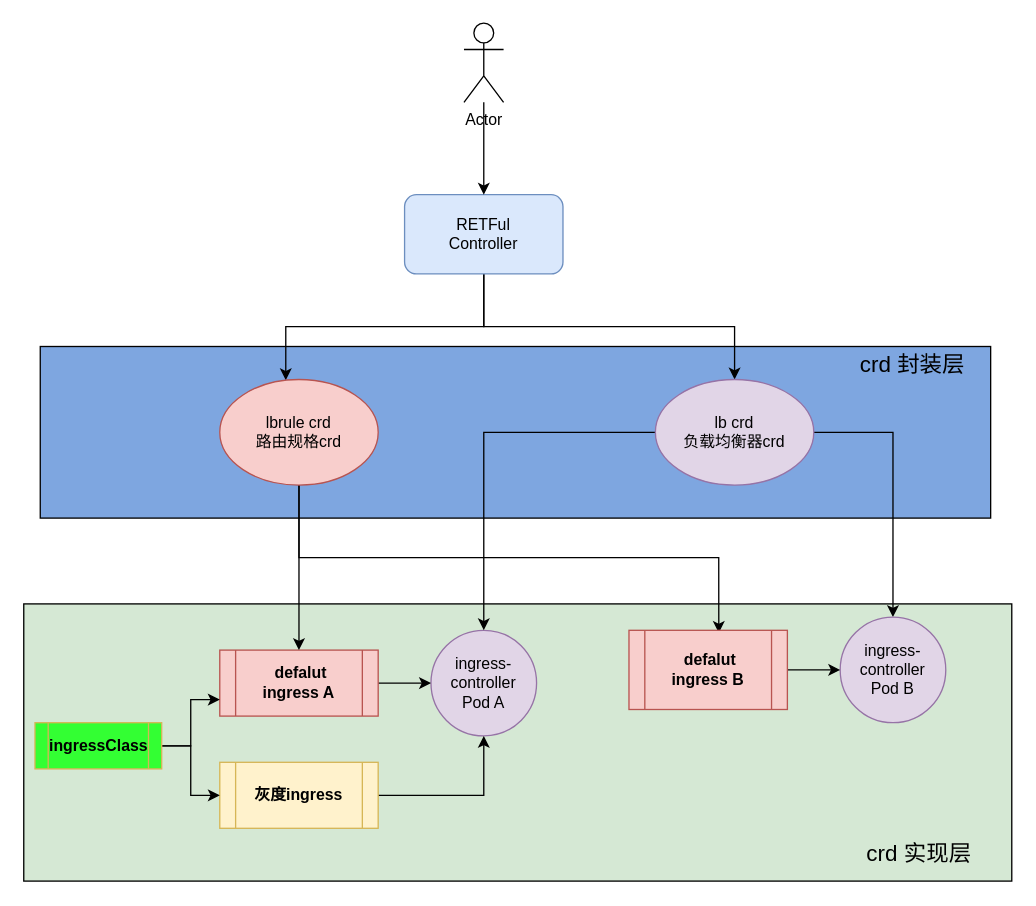
chenguoquan1024/kubespray keeps this draw.io diagram as Untitled Diagram.drawio. Above is the earlier version. Source tidied: cells renumbered, new cells numbered last; positions are measured from the earlier drawing's top-left corner, leaving out a move shared by most shapes. Both pictures are drawn from the tidied source at 132%, with x=0, y=0 at pixel (24, 22).
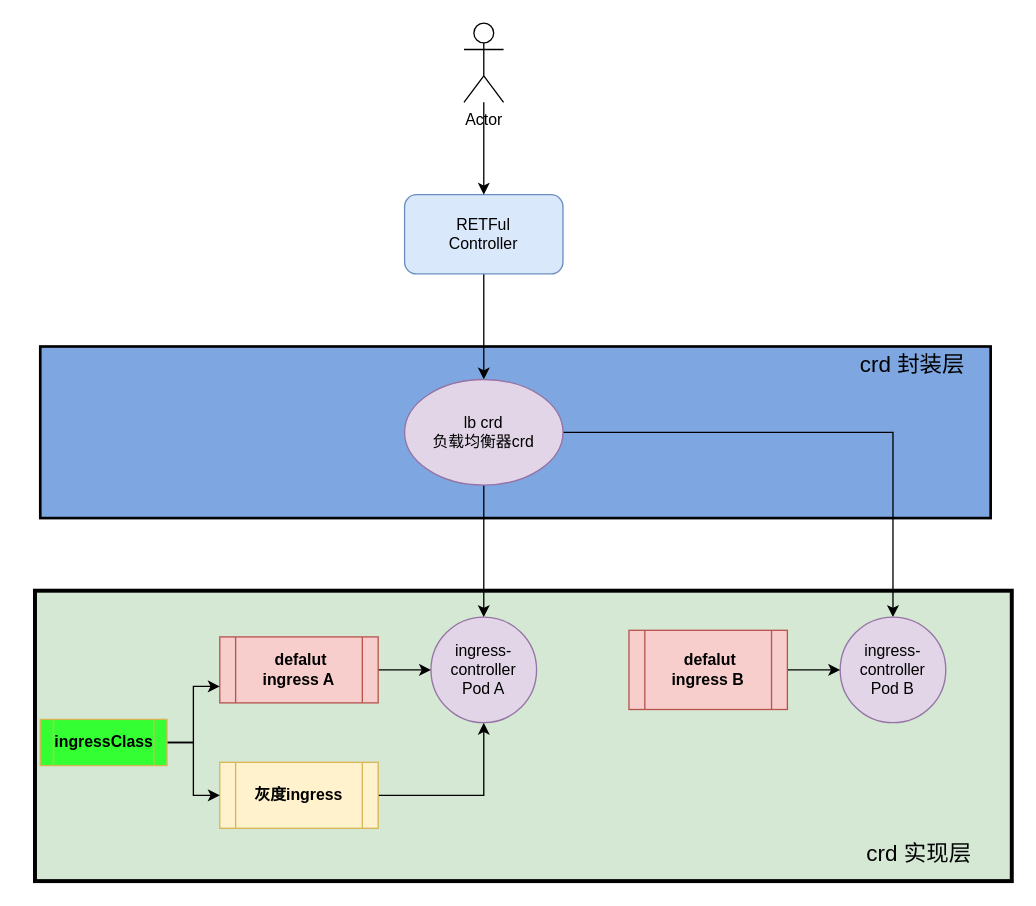
The same page after the edit.

The change refers to these unchanged cells:
```xml
<mxCell id="6" value="RETFul&lt;br&gt;Controller" style="rounded=1;whiteSpace=wrap;html=1;fillColor=#dae8fc;strokeColor=#6c8ebf;" parent="1" vertex="1">
  <mxGeometry x="288" y="130" width="120" height="60" as="geometry" />
</mxCell>
<mxCell id="20" value="ingress-controller&lt;br&gt;Pod B" style="ellipse;whiteSpace=wrap;html=1;fillColor=#e1d5e7;strokeColor=#9673a6;" parent="1" vertex="1">
  <mxGeometry x="618" y="450" width="80" height="80" as="geometry" />
</mxCell>
<mxCell id="22" value="&lt;b&gt;&amp;nbsp;defalut&lt;br&gt;ingress B&lt;/b&gt;" style="shape=process;whiteSpace=wrap;html=1;backgroundOutline=1;fillColor=#f8cecc;strokeColor=#b85450;" parent="1" vertex="1">
  <mxGeometry x="458" y="460" width="120" height="60" as="geometry" />
</mxCell>
```

Diff of the diagram source:
```diff
@@
-    <mxCell id="2" style="rounded=0;whiteSpace=wrap;html=1;fillColor=#D5E8D4;" parent="1" vertex="1">
-      <mxGeometry x="-0.5" y="440" width="748.5" height="210" as="geometry" />
+    <mxCell id="2" style="rounded=0;whiteSpace=wrap;html=1;fillColor=#D5E8D4;strokeWidth=3;" parent="1" vertex="1">
+      <mxGeometry x="8" y="430" width="740" height="220" as="geometry" />
     </mxCell>
-    <mxCell id="3" style="rounded=0;whiteSpace=wrap;html=1;fillColor=#7EA6E0;" parent="1" vertex="1">
+    <mxCell id="3" style="rounded=0;whiteSpace=wrap;html=1;fillColor=#7EA6E0;strokeWidth=2;" parent="1" vertex="1">
       <mxGeometry x="12" y="245" width="720" height="130" as="geometry" />
     </mxCell>
-    <mxCell id="4" style="edgeStyle=orthogonalEdgeStyle;rounded=0;jettySize=auto;html=1;" parent="1" edge="1" source="6" target="14">
-      <mxGeometry relative="1" as="geometry">
-        <Array as="points">
-          <mxPoint x="348" y="230" />
-          <mxPoint x="198" y="230" />
-        </Array>
-      </mxGeometry>
-    </mxCell>
@@
     <mxCell id="7" value="ingress-controller&lt;br&gt;Pod A" style="ellipse;whiteSpace=wrap;html=1;fillColor=#e1d5e7;strokeColor=#9673a6;" parent="1" vertex="1">
-      <mxGeometry x="308" y="460" width="80" height="80" as="geometry" />
+      <mxGeometry x="308" y="450" width="80" height="80" as="geometry" />
     </mxCell>
@@
     <mxCell id="9" value="&lt;b&gt;&amp;nbsp;defalut&lt;br&gt;ingress A&lt;/b&gt;" style="shape=process;whiteSpace=wrap;html=1;backgroundOutline=1;fillColor=#f8cecc;strokeColor=#b85450;" parent="1" vertex="1">
-      <mxGeometry x="148" y="475" width="120" height="50" as="geometry" />
+      <mxGeometry x="148" y="465" width="120" height="50" as="geometry" />
     </mxCell>
@@
-    <mxCell id="12" style="edgeStyle=orthogonalEdgeStyle;rounded=0;jettySize=auto;html=1;exitX=0.5;exitY=1;exitDx=0;exitDy=0;entryX=0.5;entryY=0;entryDx=0;entryDy=0;strokeColor=#000000;" parent="1" edge="1" source="14" target="9">
-      <mxGeometry relative="1" as="geometry" />
-    </mxCell>
-    <mxCell id="13" style="edgeStyle=orthogonalEdgeStyle;rounded=0;jettySize=auto;html=1;exitX=0.5;exitY=1;exitDx=0;exitDy=0;entryX=0.567;entryY=0.033;entryDx=0;entryDy=0;entryPerimeter=0;strokeColor=#000000;" parent="1" edge="1" source="14" target="22">
-      <mxGeometry relative="1" as="geometry" />
-    </mxCell>
-    <mxCell id="14" value="lbrule crd&lt;br&gt;路由规格crd" style="ellipse;whiteSpace=wrap;html=1;fillColor=#f8cecc;strokeColor=#b85450;" parent="1" vertex="1">
-      <mxGeometry x="148" y="270" width="120" height="80" as="geometry" />
-    </mxCell>
+    <mxCell id="16" style="edgeStyle=orthogonalEdgeStyle;rounded=0;jettySize=auto;html=1;exitX=1;exitY=0.5;exitDx=0;exitDy=0;entryX=0.5;entryY=0;entryDx=0;entryDy=0;strokeColor=#000000;" parent="1" edge="1" source="17" target="20">
+      <mxGeometry relative="1" as="geometry" />
+    </mxCell>
-    <mxCell id="15" style="edgeStyle=orthogonalEdgeStyle;rounded=0;jettySize=auto;html=1;exitX=0;exitY=0.5;exitDx=0;exitDy=0;strokeColor=#000000;" parent="1" edge="1" source="17" target="7">
+    <mxCell id="15" style="edgeStyle=orthogonalEdgeStyle;rounded=0;jettySize=auto;html=1;exitX=0.5;exitY=1;exitDx=0;exitDy=0;" parent="1" edge="1" source="17" target="7">
       <mxGeometry relative="1" as="geometry" />
     </mxCell>
-    <mxCell id="16" style="edgeStyle=orthogonalEdgeStyle;rounded=0;jettySize=auto;html=1;exitX=1;exitY=0.5;exitDx=0;exitDy=0;entryX=0.5;entryY=0;entryDx=0;entryDy=0;strokeColor=#000000;" parent="1" edge="1" source="17" target="20">
-      <mxGeometry relative="1" as="geometry" />
-    </mxCell>
     <mxCell id="17" value="lb crd&lt;br&gt;负载均衡器crd" style="ellipse;whiteSpace=wrap;html=1;fillColor=#e1d5e7;strokeColor=#9673a6;" parent="1" vertex="1">
-      <mxGeometry x="478" y="270" width="120" height="80" as="geometry" />
+      <mxGeometry x="288" y="270" width="120" height="80" as="geometry" />
     </mxCell>
@@
     <mxCell id="27" value="&lt;b&gt;ingressClass&lt;/b&gt;" style="shape=process;whiteSpace=wrap;html=1;backgroundOutline=1;strokeColor=#d6b656;fillColor=#33FF33;" parent="1" vertex="1">
-      <mxGeometry x="8" y="530" width="96" height="35" as="geometry" />
+      <mxGeometry x="12" y="527.5" width="96" height="35" as="geometry" />
     </mxCell>
```
